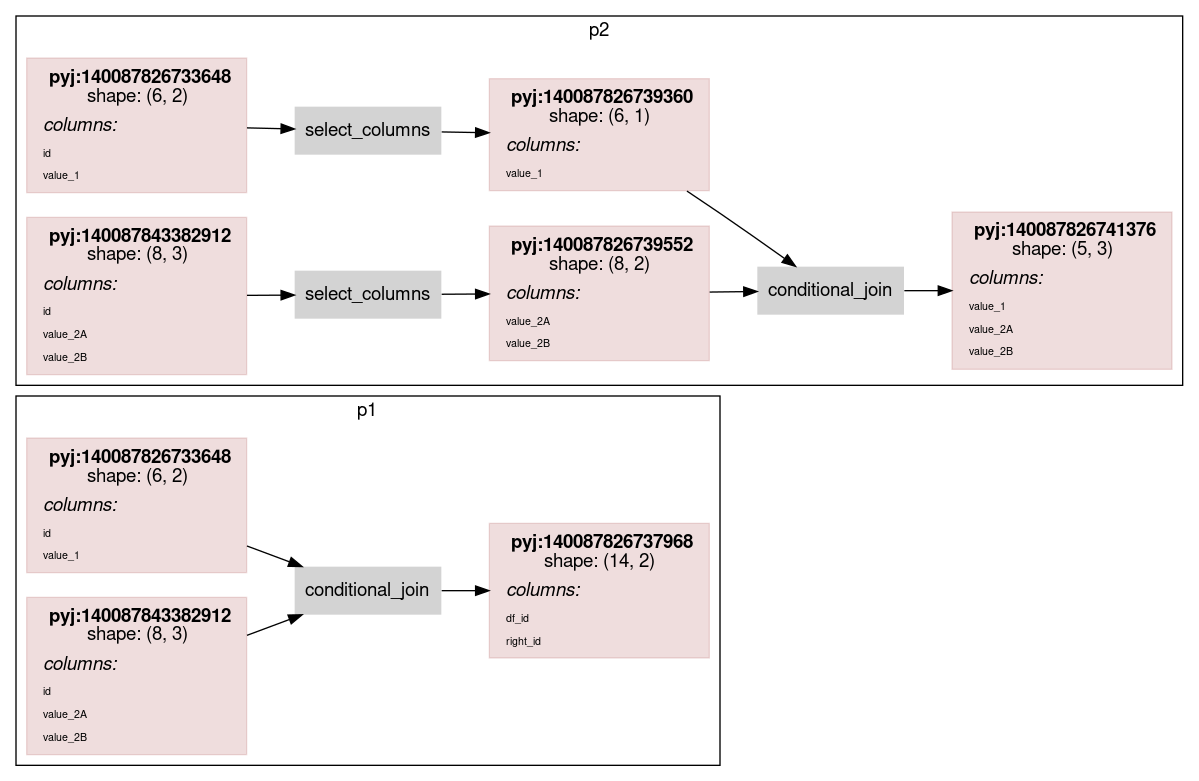
Before: scripts/rdflog/conditional_join_w_cmp.ttl.dot.png, a diagram exported from Graphviz (asmirnov69/pyjviz-poc). Its source is kept beside it as scripts/rdflog/conditional_join_w_cmp.ttl.dot.
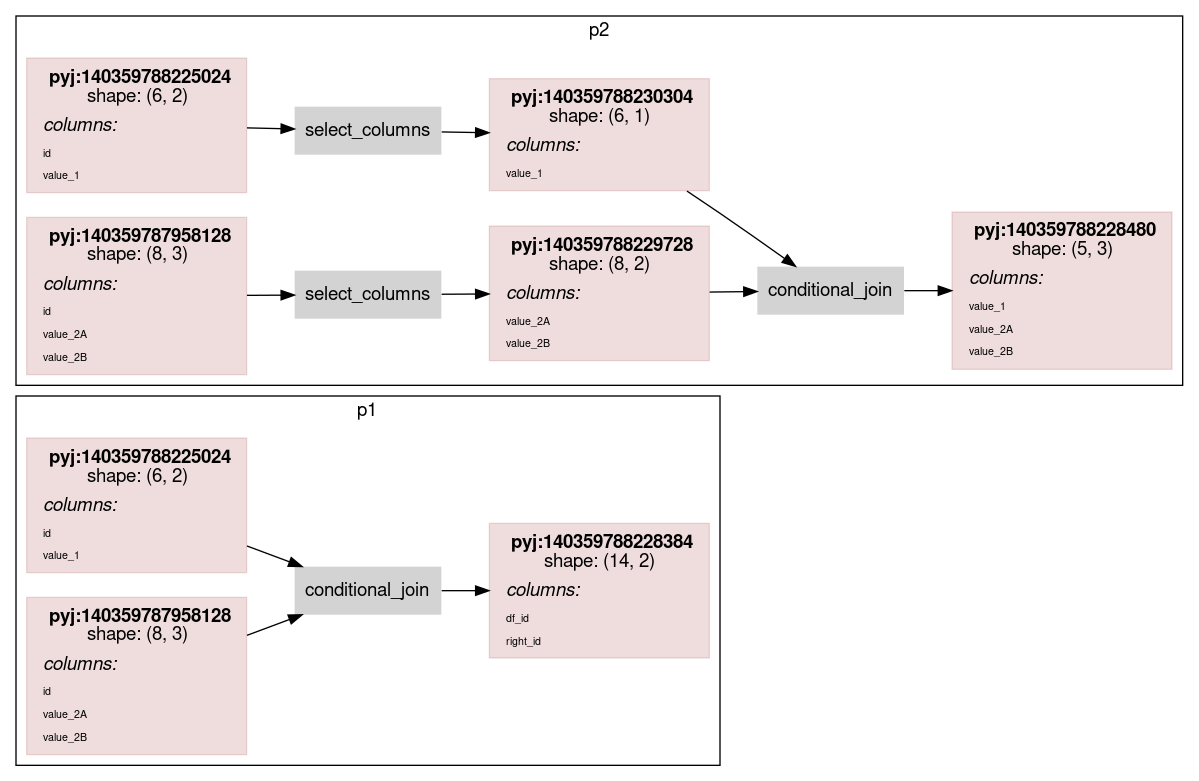
The same diagram one commit later.

Diff of the diagram source:
```diff
@@ -14,7 +14,7 @@
                 color="#88000022"
                 shape = rect
                 label = <<table border="0" cellborder="0" cellspacing="0" cellpadding="4">
-                         <tr> <td> <b>pyj:140087826733648</b><br/>shape: (6, 2)</td> </tr>
+                         <tr> <td> <b>pyj:140359788225024</b><br/>shape: (6, 2)</td> </tr>
                          <tr> <td align="left"><i>columns:</i><br align="left"/></td></tr>
                 <tr><td align="left"><FONT POINT-SIZE="8px">id</FONT></td></tr>
 <tr><td align="left"><FONT POINT-SIZE="8px">value_1</FONT></td></tr>
@@ -24,7 +24,7 @@
                 color="#88000022"
                 shape = rect
                 label = <<table border="0" cellborder="0" cellspacing="0" cellpadding="4">
-                         <tr> <td> <b>pyj:140087826737968</b><br/>shape: (14, 2)</td> </tr>
+                         <tr> <td> <b>pyj:140359788228384</b><br/>shape: (14, 2)</td> </tr>
                          <tr> <td align="left"><i>columns:</i><br align="left"/></td></tr>
                 <tr><td align="left"><FONT POINT-SIZE="8px">df_id</FONT></td></tr>
 <tr><td align="left"><FONT POINT-SIZE="8px">right_id</FONT></td></tr>
@@ -34,7 +34,7 @@
                 color="#88000022"
                 shape = rect
                 label = <<table border="0" cellborder="0" cellspacing="0" cellpadding="4">
-                         <tr> <td> <b>pyj:140087843382912</b><br/>shape: (8, 3)</td> </tr>
+                         <tr> <td> <b>pyj:140359787958128</b><br/>shape: (8, 3)</td> </tr>
                          <tr> <td align="left"><i>columns:</i><br align="left"/></td></tr>
                 <tr><td align="left"><FONT POINT-SIZE="8px">id</FONT></td></tr>
 <tr><td align="left"><FONT POINT-SIZE="8px">value_2A</FONT></td></tr>
@@ -52,7 +52,7 @@
                 color="#88000022"
                 shape = rect
                 label = <<table border="0" cellborder="0" cellspacing="0" cellpadding="4">
-                         <tr> <td> <b>pyj:140087826733648</b><br/>shape: (6, 2)</td> </tr>
+                         <tr> <td> <b>pyj:140359788225024</b><br/>shape: (6, 2)</td> </tr>
                          <tr> <td align="left"><i>columns:</i><br align="left"/></td></tr>
                 <tr><td align="left"><FONT POINT-SIZE="8px">id</FONT></td></tr>
 <tr><td align="left"><FONT POINT-SIZE="8px">value_1</FONT></td></tr>
@@ -62,7 +62,7 @@
                 color="#88000022"
                 shape = rect
                 label = <<table border="0" cellborder="0" cellspacing="0" cellpadding="4">
-                         <tr> <td> <b>pyj:140087843382912</b><br/>shape: (8, 3)</td> </tr>
+                         <tr> <td> <b>pyj:140359787958128</b><br/>shape: (8, 3)</td> </tr>
                          <tr> <td align="left"><i>columns:</i><br align="left"/></td></tr>
                 <tr><td align="left"><FONT POINT-SIZE="8px">id</FONT></td></tr>
 <tr><td align="left"><FONT POINT-SIZE="8px">value_2A</FONT></td></tr>
@@ -73,7 +73,7 @@
                 color="#88000022"
                 shape = rect
                 label = <<table border="0" cellborder="0" cellspacing="0" cellpadding="4">
-                         <tr> <td> <b>pyj:140087826739360</b><br/>shape: (6, 1)</td> </tr>
+                         <tr> <td> <b>pyj:140359788230304</b><br/>shape: (6, 1)</td> </tr>
                          <tr> <td align="left"><i>columns:</i><br align="left"/></td></tr>
                 <tr><td align="left"><FONT POINT-SIZE="8px">value_1</FONT></td></tr>
                          </table>>
@@ -82,7 +82,7 @@
                 color="#88000022"
                 shape = rect
                 label = <<table border="0" cellborder="0" cellspacing="0" cellpadding="4">
-                         <tr> <td> <b>pyj:140087826739552</b><br/>shape: (8, 2)</td> </tr>
+                         <tr> <td> <b>pyj:140359788229728</b><br/>shape: (8, 2)</td> </tr>
                          <tr> <td align="left"><i>columns:</i><br align="left"/></td></tr>
                 <tr><td align="left"><FONT POINT-SIZE="8px">value_2A</FONT></td></tr>
 <tr><td align="left"><FONT POINT-SIZE="8px">value_2B</FONT></td></tr>
@@ -92,7 +92,7 @@
                 color="#88000022"
                 shape = rect
                 label = <<table border="0" cellborder="0" cellspacing="0" cellpadding="4">
-                         <tr> <td> <b>pyj:140087826741376</b><br/>shape: (5, 3)</td> </tr>
+                         <tr> <td> <b>pyj:140359788228480</b><br/>shape: (5, 3)</td> </tr>
                          <tr> <td align="left"><i>columns:</i><br align="left"/></td></tr>
                 <tr><td align="left"><FONT POINT-SIZE="8px">value_1</FONT></td></tr>
 <tr><td align="left"><FONT POINT-SIZE="8px">value_2A</FONT></td></tr>
```
